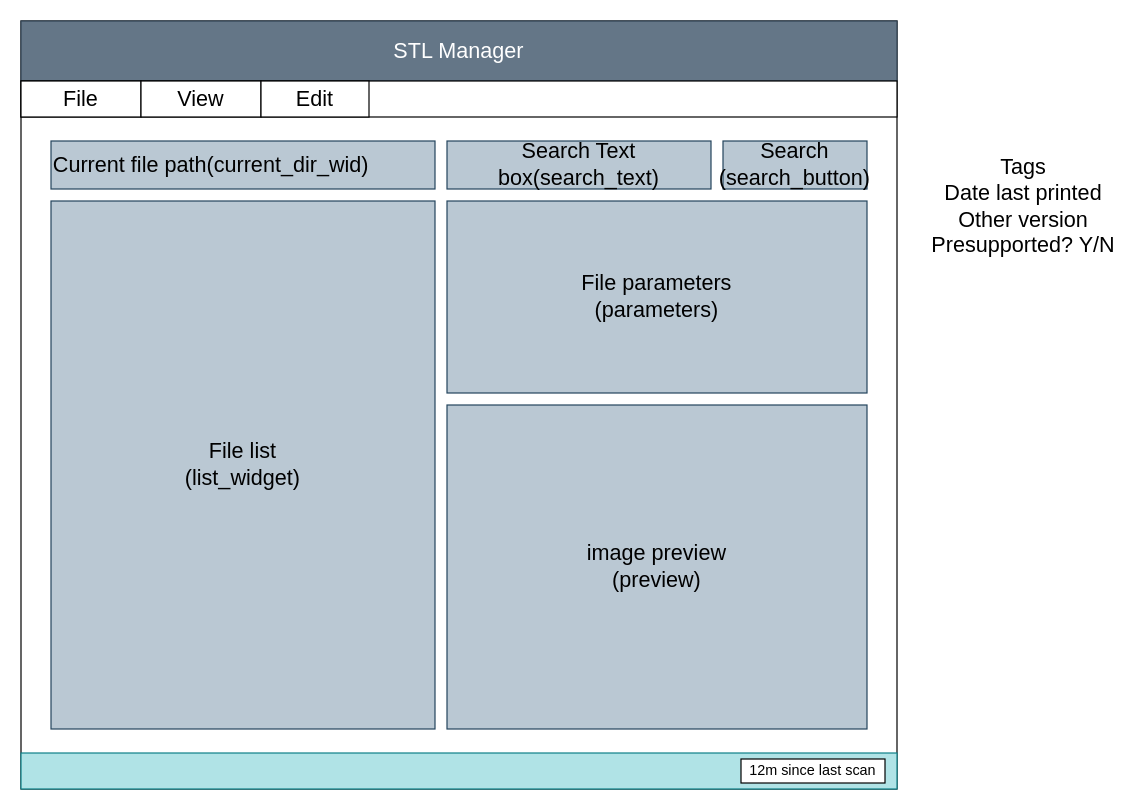
Earlier version of the draw.io diagram AppView.drawio (Gink3/STL_Manager). Source tidied: cells renumbered, new cells numbered last; positions are measured from the earlier drawing's top-left corner, leaving out a move shared by most shapes. Both pictures are drawn from the tidied source at 120%, with x=0, y=0 at pixel (20, 20).
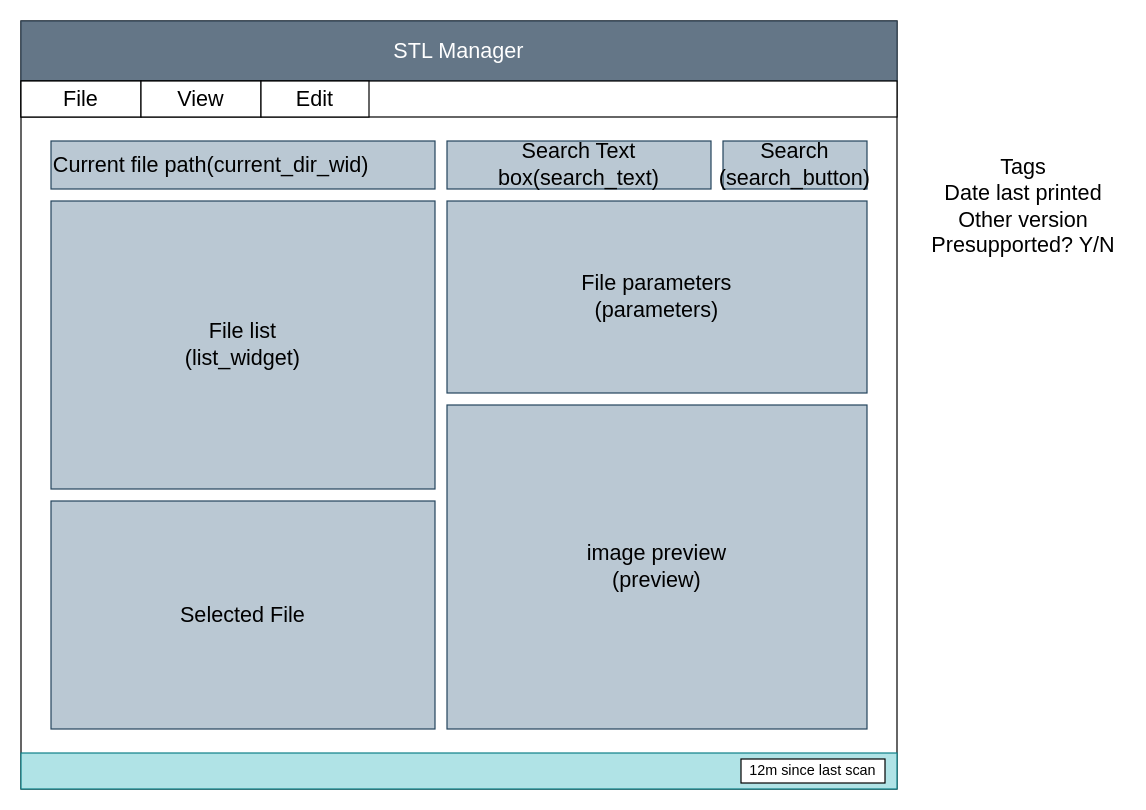
The same page after the edit.

Commit message:
Added design for selected file widget

Diff of the diagram source:
```diff
@@
 <mxGraphModel>
   <root>
     <mxCell id="0" />
     <mxCell id="1" parent="0" />
     <mxCell id="2" style="rounded=0;whiteSpace=wrap;html=1;" parent="1" vertex="1">
       <mxGeometry width="730" height="640" as="geometry" />
     </mxCell>
     <mxCell id="3" value="&lt;font style=&quot;font-size: 18px;&quot;&gt;STL Manager&lt;/font&gt;" style="rounded=0;whiteSpace=wrap;html=1;fillColor=#647687;fontColor=#ffffff;strokeColor=#314354;" parent="1" vertex="1">
       <mxGeometry width="730" height="50" as="geometry" />
     </mxCell>
     <mxCell id="4" value="File list&lt;br&gt;(list_widget)" style="rounded=0;whiteSpace=wrap;html=1;fontSize=18;fillColor=#bac8d3;strokeColor=#23445d;" parent="1" vertex="1">
-      <mxGeometry x="25" y="150" width="320" height="440" as="geometry" />
+      <mxGeometry x="25" y="150" width="320" height="240" as="geometry" />
     </mxCell>
     <mxCell id="5" value="Current file path(current_dir_wid)" style="rounded=0;whiteSpace=wrap;html=1;fontSize=18;align=left;fillColor=#bac8d3;strokeColor=#23445d;" parent="1" vertex="1">
       <mxGeometry x="25" y="100" width="320" height="40" as="geometry" />
     </mxCell>
     <mxCell id="6" value="File parameters&lt;br&gt;(parameters)" style="rounded=0;whiteSpace=wrap;html=1;fontSize=18;fillColor=#bac8d3;strokeColor=#23445d;" parent="1" vertex="1">
       <mxGeometry x="355" y="150" width="350" height="160" as="geometry" />
     </mxCell>
     <mxCell id="7" value="image preview&lt;br&gt;(preview)" style="rounded=0;whiteSpace=wrap;html=1;fontSize=18;fillColor=#bac8d3;strokeColor=#23445d;" parent="1" vertex="1">
       <mxGeometry x="355" y="320" width="350" height="270" as="geometry" />
     </mxCell>
     <mxCell id="8" value="Search Text box(search_text)" style="rounded=0;whiteSpace=wrap;html=1;fontSize=18;fillColor=#bac8d3;strokeColor=#23445d;" parent="1" vertex="1">
       <mxGeometry x="355" y="100" width="220" height="40" as="geometry" />
     </mxCell>
     <mxCell id="9" value="Tags&lt;br&gt;Date last printed&lt;br&gt;Other version&lt;br&gt;Presupported? Y/N" style="text;html=1;align=center;verticalAlign=middle;strokeColor=none;fillColor=none;fontSize=18;" parent="1" vertex="1">
       <mxGeometry x="750" y="110" width="170" height="90" as="geometry" />
     </mxCell>
     <mxCell id="10" value="Search&lt;br&gt;(search_button)" style="rounded=0;whiteSpace=wrap;html=1;fontSize=18;fillColor=#bac8d3;strokeColor=#23445d;" parent="1" vertex="1">
       <mxGeometry x="585" y="100" width="120" height="40" as="geometry" />
     </mxCell>
     <mxCell id="11" style="rounded=0;whiteSpace=wrap;html=1;fontSize=18;" parent="1" vertex="1">
       <mxGeometry y="50" width="730" height="30" as="geometry" />
     </mxCell>
     <mxCell id="12" value="File" style="rounded=0;whiteSpace=wrap;html=1;fontSize=18;" parent="1" vertex="1">
       <mxGeometry y="50" width="100" height="30" as="geometry" />
     </mxCell>
     <mxCell id="13" value="View" style="rounded=0;whiteSpace=wrap;html=1;fontSize=18;" parent="1" vertex="1">
       <mxGeometry x="100" y="50" width="100" height="30" as="geometry" />
     </mxCell>
     <mxCell id="14" value="Edit" style="rounded=0;whiteSpace=wrap;html=1;fontSize=18;" parent="1" vertex="1">
       <mxGeometry x="200" y="50" width="90" height="30" as="geometry" />
     </mxCell>
     <mxCell id="15" style="rounded=0;whiteSpace=wrap;html=1;fillColor=#b0e3e6;strokeColor=#0e8088;" parent="1" vertex="1">
       <mxGeometry y="610" width="730" height="30" as="geometry" />
     </mxCell>
     <mxCell id="16" value="12m since last scan" style="rounded=0;whiteSpace=wrap;html=1;" parent="1" vertex="1">
       <mxGeometry x="600" y="615" width="120" height="20" as="geometry" />
     </mxCell>
+    <mxCell id="17" value="Selected File" style="rounded=0;whiteSpace=wrap;html=1;fontSize=18;fillColor=#bac8d3;strokeColor=#23445d;" parent="1" vertex="1">
+      <mxGeometry x="25" y="400" width="320" height="190" as="geometry" />
+    </mxCell>
   </root>
 </mxGraphModel>
```
